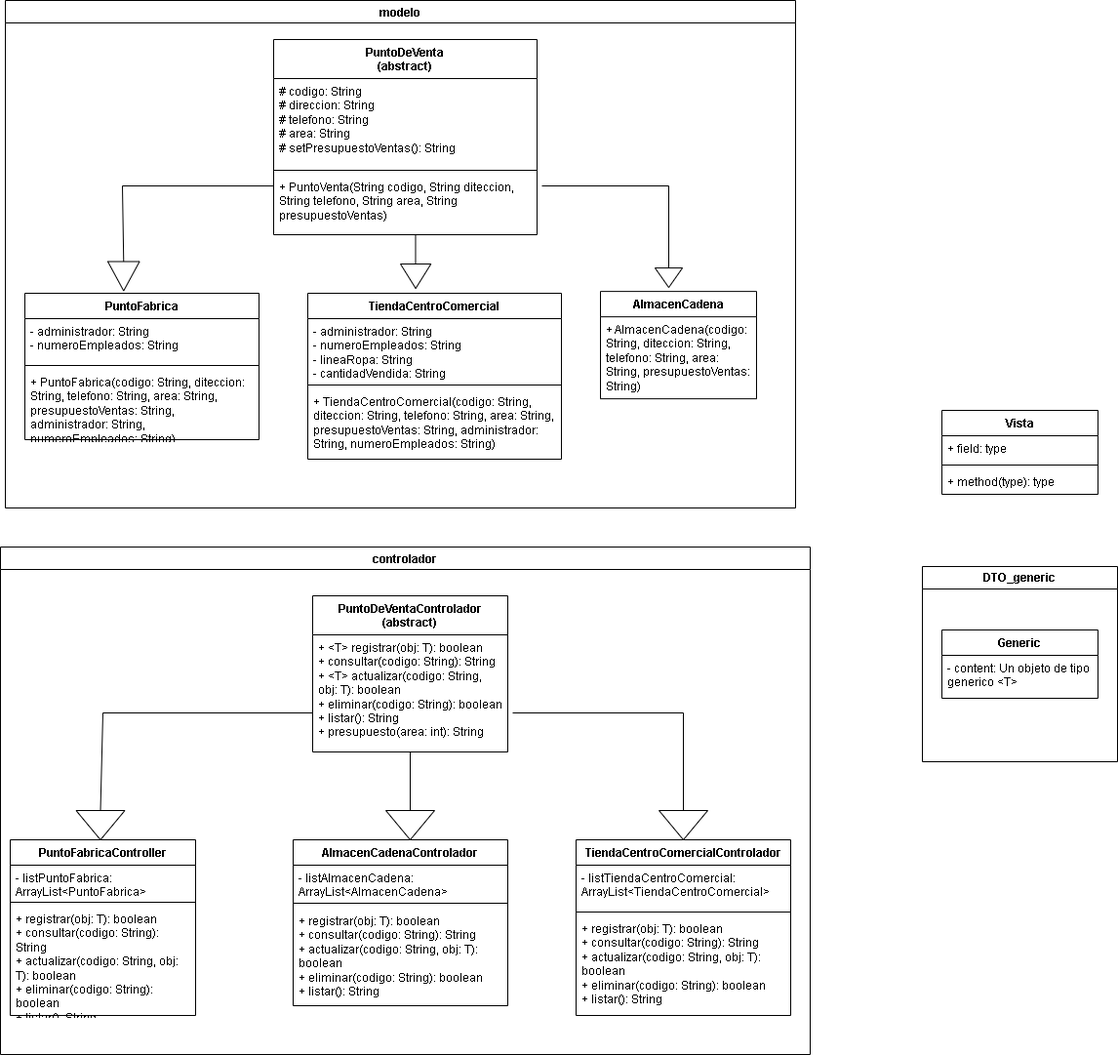
This is TallerFinalPunto3.drawio.png from AngelDavidGutierrez/TallerFinalPunto3, a draw.io export, as it was before one commit. Source tidied: cells renumbered, new cells last; positions are measured from the earlier drawing's top-left corner, leaving out a move shared by most shapes.
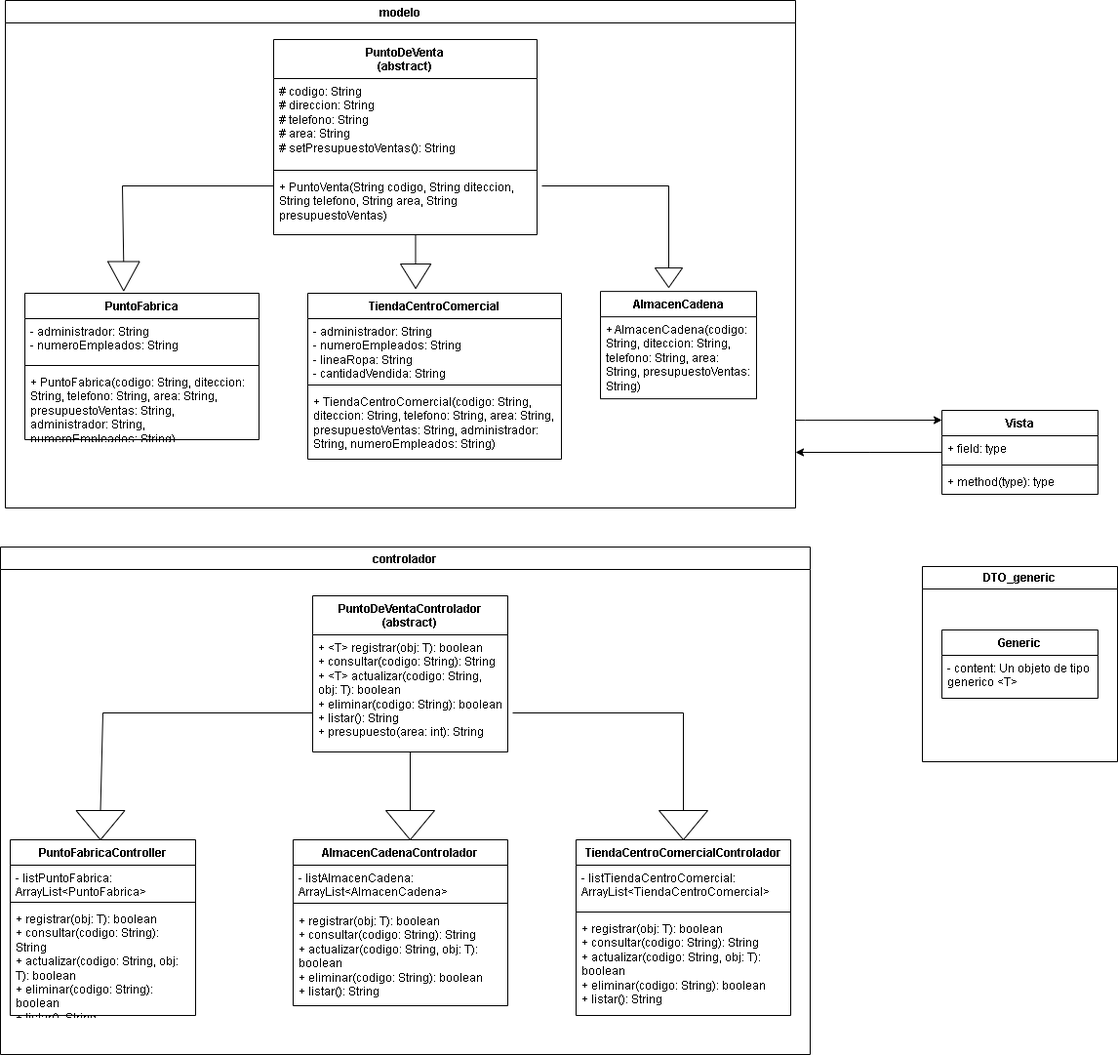
Later version of the same file.

What changed in the source:
```diff
@@ -162,6 +162,11 @@
     <mxCell id="46" value="DTO_generic" style="swimlane;whiteSpace=wrap;html=1;" parent="1" vertex="1">
       <mxGeometry x="945" y="580" width="200" height="200" as="geometry" />
     </mxCell>
+    <mxCell id="51" style="edgeStyle=orthogonalEdgeStyle;rounded=0;jettySize=auto;html=1;" parent="1" edge="1" source="47">
+      <mxGeometry relative="1" as="geometry">
+        <mxPoint x="815" y="463" as="targetPoint" />
+      </mxGeometry>
+    </mxCell>
     <mxCell id="47" value="Vista" style="swimlane;fontStyle=1;align=center;verticalAlign=top;horizontal=1;startSize=26;whiteSpace=wrap;html=1;" parent="1" vertex="1">
       <mxGeometry x="965" y="420" width="160" height="86" as="geometry" />
     </mxCell>
@@ -174,5 +179,14 @@
     <mxCell id="50" value="+ method(type): type" style="text;strokeColor=none;fillColor=none;align=left;verticalAlign=top;spacingLeft=4;spacingRight=4;overflow=hidden;whiteSpace=wrap;html=1;" parent="47" vertex="1">
       <mxGeometry y="60" width="160" height="26" as="geometry" />
     </mxCell>
+    <mxCell id="52" style="edgeStyle=orthogonalEdgeStyle;rounded=0;orthogonalLoop=1;jettySize=auto;html=1;" parent="1" edge="1">
+      <mxGeometry relative="1" as="geometry">
+        <mxPoint x="815" y="430" as="sourcePoint" />
+        <mxPoint x="965" y="430" as="targetPoint" />
+        <Array as="points">
+          <mxPoint x="825" y="430" />
+        </Array>
+      </mxGeometry>
+    </mxCell>
   </root>
 </mxGraphModel>
```
